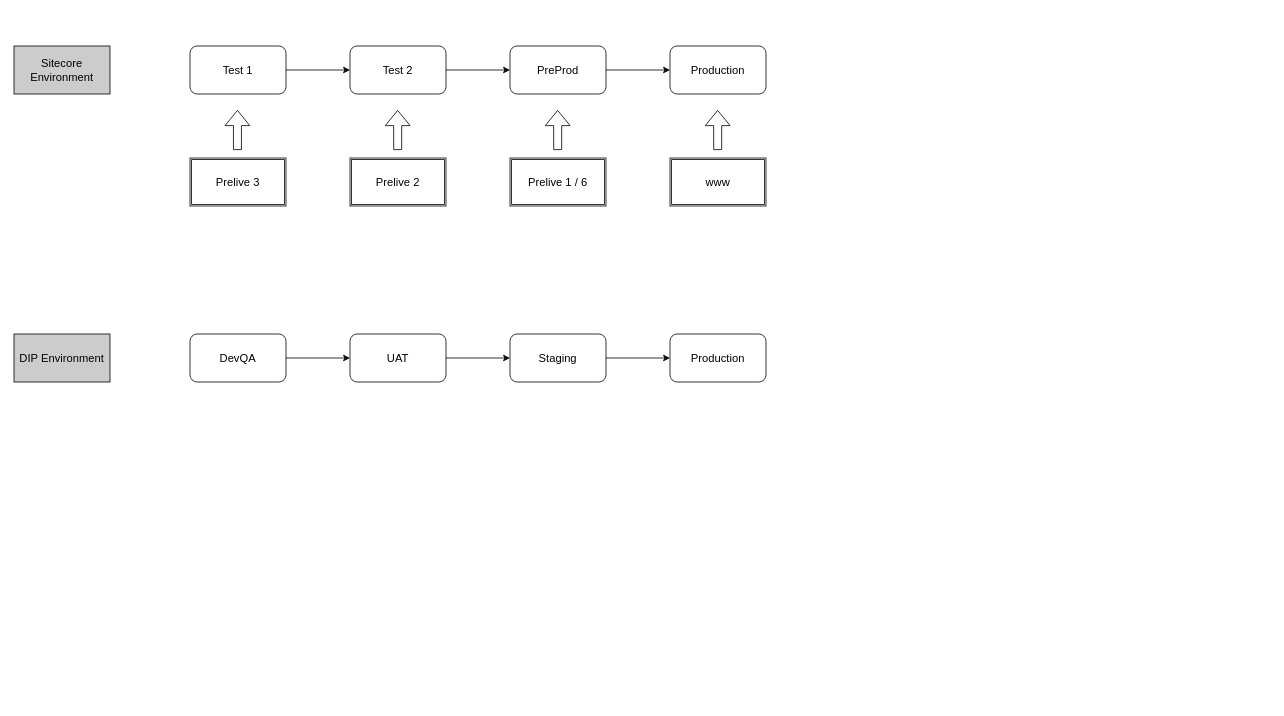
Before: Environment.drawio in andrewjamescarr/diagrams, a draw.io diagram. Source tidied: cells renumbered, new cells numbered last; positions are measured from the earlier drawing's top-left corner, leaving out a move shared by most shapes. Both pictures are drawn from the tidied source at 80%, with x=0, y=0 at pixel (14, 46).
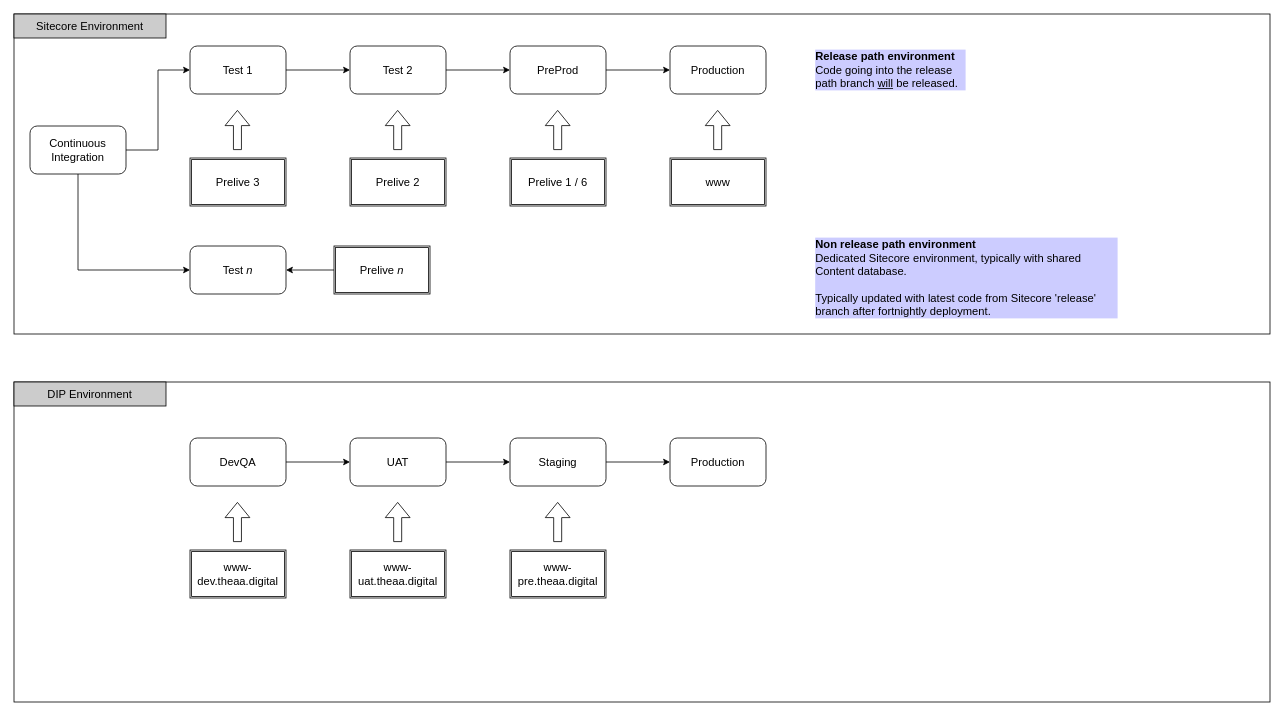
The same page after the edit.

The change refers to these unchanged cells:
```xml
<mxCell id="4" value="Test 1" style="rounded=1;whiteSpace=wrap;html=1;fontSize=14;fillColor=none;" parent="1" vertex="1">
  <mxGeometry x="220" width="120" height="60" as="geometry" />
</mxCell>
```

The edit, as a diff of the source:
```diff
@@
+    <mxCell id="26" style="rounded=0;whiteSpace=wrap;html=1;fillColor=none;fontSize=14;" parent="1" vertex="1">
+      <mxGeometry y="-40" width="1570" height="400" as="geometry" />
+    </mxCell>
-    <mxCell id="2" value="Sitecore Environment" style="rounded=0;whiteSpace=wrap;html=1;fontSize=14;fillColor=#CCCCCC;" parent="1" vertex="1">
-      <mxGeometry width="120" height="60" as="geometry" />
+    <mxCell id="2" value="Sitecore Environment" style="rounded=0;whiteSpace=wrap;html=1;fontSize=14;fillColor=#CCCCCC;align=center;" parent="1" vertex="1">
+      <mxGeometry y="-40" width="190" height="30" as="geometry" />
     </mxCell>
@@
-    <mxCell id="10" value="DIP Environment" style="rounded=0;whiteSpace=wrap;html=1;fontSize=14;fillColor=#CCCCCC;" parent="1" vertex="1">
-      <mxGeometry y="360" width="120" height="60" as="geometry" />
-    </mxCell>
@@
     <mxCell id="12" value="DevQA" style="rounded=1;whiteSpace=wrap;html=1;fontSize=14;fillColor=none;" parent="1" vertex="1">
-      <mxGeometry x="220" y="360" width="120" height="60" as="geometry" />
+      <mxGeometry x="220" y="490" width="120" height="60" as="geometry" />
     </mxCell>
@@
     <mxCell id="14" value="Staging" style="rounded=1;whiteSpace=wrap;html=1;fontSize=14;fillColor=none;" parent="1" vertex="1">
-      <mxGeometry x="620" y="360" width="120" height="60" as="geometry" />
+      <mxGeometry x="620" y="490" width="120" height="60" as="geometry" />
     </mxCell>
@@
     <mxCell id="16" value="UAT" style="rounded=1;whiteSpace=wrap;html=1;fontSize=14;fillColor=none;" parent="1" vertex="1">
-      <mxGeometry x="420" y="360" width="120" height="60" as="geometry" />
+      <mxGeometry x="420" y="490" width="120" height="60" as="geometry" />
     </mxCell>
     <mxCell id="17" value="Production" style="rounded=1;whiteSpace=wrap;html=1;fontSize=14;fillColor=none;" parent="1" vertex="1">
-      <mxGeometry x="820" y="360" width="120" height="60" as="geometry" />
+      <mxGeometry x="820" y="490" width="120" height="60" as="geometry" />
     </mxCell>
@@
+    <mxCell id="27" value="www-dev.theaa.digital" style="shape=ext;double=1;rounded=0;whiteSpace=wrap;html=1;fillColor=none;fontSize=14;" parent="1" vertex="1">
+      <mxGeometry x="220" y="630" width="120" height="60" as="geometry" />
+    </mxCell>
+    <mxCell id="28" value="www-uat.theaa.digital" style="shape=ext;double=1;rounded=0;whiteSpace=wrap;html=1;fillColor=none;fontSize=14;" parent="1" vertex="1">
+      <mxGeometry x="420" y="630" width="120" height="60" as="geometry" />
+    </mxCell>
+    <mxCell id="29" value="www-pre.theaa.digital" style="shape=ext;double=1;rounded=0;whiteSpace=wrap;html=1;fillColor=none;fontSize=14;" parent="1" vertex="1">
+      <mxGeometry x="620" y="630" width="120" height="60" as="geometry" />
+    </mxCell>
+    <mxCell id="30" style="shape=flexArrow;endArrow=classic;html=1;fontSize=14;" parent="1" edge="1">
+      <mxGeometry relative="1" as="geometry">
+        <mxPoint x="279.3" y="620" as="sourcePoint" />
+        <mxPoint x="279.3" y="570" as="targetPoint" />
+      </mxGeometry>
+    </mxCell>
+    <mxCell id="31" style="shape=flexArrow;endArrow=classic;html=1;fontSize=14;" parent="1" edge="1">
+      <mxGeometry relative="1" as="geometry">
+        <mxPoint x="679.6" y="620" as="sourcePoint" />
+        <mxPoint x="679.6" y="570" as="targetPoint" />
+      </mxGeometry>
+    </mxCell>
+    <mxCell id="32" style="shape=flexArrow;endArrow=classic;html=1;fontSize=14;" parent="1" edge="1">
+      <mxGeometry relative="1" as="geometry">
+        <mxPoint x="479.6" y="620" as="sourcePoint" />
+        <mxPoint x="479.6" y="570" as="targetPoint" />
+      </mxGeometry>
+    </mxCell>
+    <mxCell id="33" style="edgeStyle=orthogonalEdgeStyle;rounded=0;jettySize=auto;html=1;entryX=0;entryY=0.5;entryDx=0;entryDy=0;fontSize=14;" parent="1" edge="1" source="35" target="4">
+      <mxGeometry relative="1" as="geometry" />
+    </mxCell>
+    <mxCell id="34" style="edgeStyle=orthogonalEdgeStyle;rounded=0;jettySize=auto;html=1;exitX=0.5;exitY=1;exitDx=0;exitDy=0;entryX=0;entryY=0.5;entryDx=0;entryDy=0;fontSize=14;" parent="1" edge="1" source="35" target="36">
+      <mxGeometry relative="1" as="geometry" />
+    </mxCell>
+    <mxCell id="35" value="Continuous Integration" style="rounded=1;whiteSpace=wrap;html=1;fontSize=14;fillColor=none;" parent="1" vertex="1">
+      <mxGeometry x="20" y="100" width="120" height="60" as="geometry" />
+    </mxCell>
+    <mxCell id="36" value="Test &lt;i&gt;n&lt;/i&gt;" style="rounded=1;whiteSpace=wrap;html=1;fontSize=14;fillColor=none;" parent="1" vertex="1">
+      <mxGeometry x="220" y="250" width="120" height="60" as="geometry" />
+    </mxCell>
+    <mxCell id="37" style="edgeStyle=orthogonalEdgeStyle;rounded=0;jettySize=auto;html=1;fontSize=14;" parent="1" edge="1" source="38" target="36">
+      <mxGeometry relative="1" as="geometry" />
+    </mxCell>
+    <mxCell id="38" value="Prelive &lt;i&gt;n&lt;/i&gt;" style="shape=ext;double=1;rounded=0;whiteSpace=wrap;html=1;fillColor=none;fontSize=14;" parent="1" vertex="1">
+      <mxGeometry x="400" y="250" width="120" height="60" as="geometry" />
+    </mxCell>
+    <mxCell id="39" value="&lt;b&gt;Non release path environment&lt;/b&gt;&lt;br&gt;Dedicated Sitecore environment, typically with shared Content database.&lt;br&gt;&lt;br&gt;Typically updated with latest code from Sitecore 'release' branch after fortnightly deployment." style="text;html=1;strokeColor=none;fillColor=none;align=left;verticalAlign=middle;whiteSpace=wrap;rounded=0;fontSize=14;labelBackgroundColor=#CCCCFF;" parent="1" vertex="1">
+      <mxGeometry x="1000" y="260" width="380" height="60" as="geometry" />
+    </mxCell>
+    <mxCell id="40" value="&lt;b&gt;Release path environment&lt;/b&gt;&lt;br&gt;Code going into the release path branch &lt;u&gt;will&lt;/u&gt;&amp;nbsp;be released." style="text;html=1;strokeColor=none;fillColor=none;align=left;verticalAlign=middle;whiteSpace=wrap;rounded=0;fontSize=14;labelBackgroundColor=#CCCCFF;" parent="1" vertex="1">
+      <mxGeometry x="1000" width="190" height="60" as="geometry" />
+    </mxCell>
+    <mxCell id="41" style="rounded=0;whiteSpace=wrap;html=1;fillColor=none;fontSize=14;" parent="1" vertex="1">
+      <mxGeometry y="420" width="1570" height="400" as="geometry" />
+    </mxCell>
+    <mxCell id="10" value="DIP Environment" style="rounded=0;whiteSpace=wrap;html=1;fontSize=14;fillColor=#CCCCCC;align=center;" parent="1" vertex="1">
+      <mxGeometry y="420" width="190" height="30" as="geometry" />
+    </mxCell>
```
